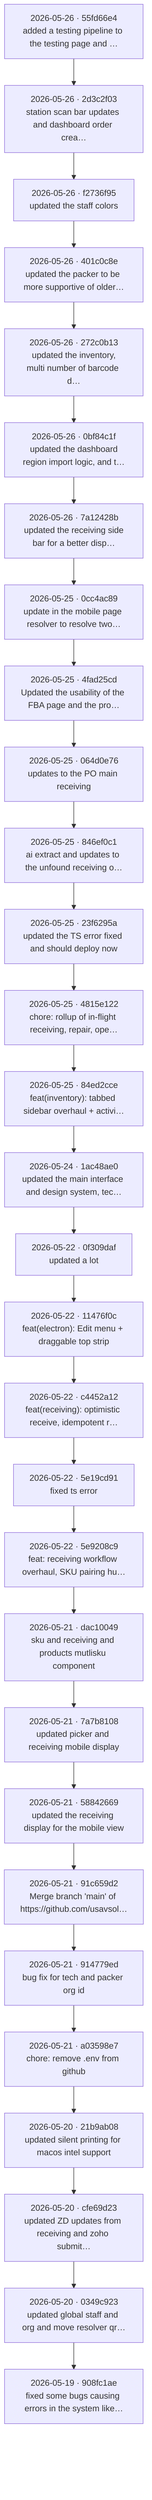
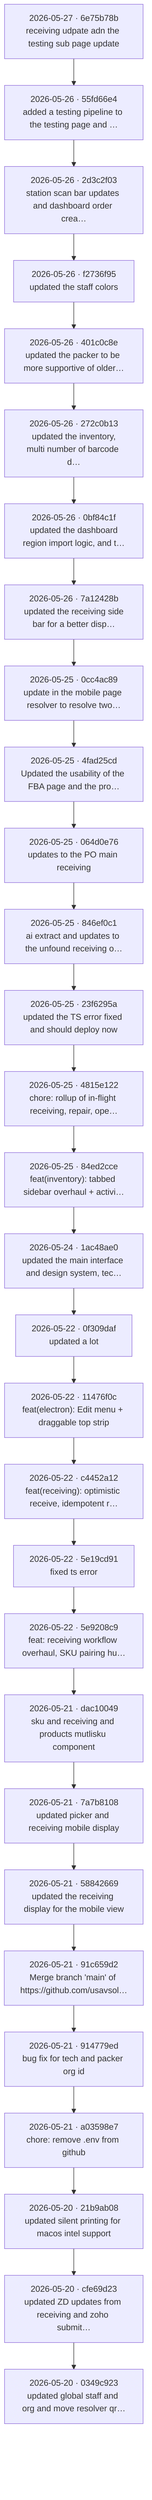
flowchart TB
-   c0["2026-05-26 · 55fd66e4<br/>added a testing pipeline to the testing page and …"]
-   c1["2026-05-26 · 2d3c2f03<br/>station scan bar updates and dashboard order crea…"]
+   c0["2026-05-27 · 6e75b78b<br/>receiving udpate adn the testing sub page update"]
+   c1["2026-05-26 · 55fd66e4<br/>added a testing pipeline to the testing page and …"]
  c0 --> c1
-   c2["2026-05-26 · f2736f95<br/>updated the staff colors"]
+   c2["2026-05-26 · 2d3c2f03<br/>station scan bar updates and dashboard order crea…"]
  c1 --> c2
-   c3["2026-05-26 · 401c0c8e<br/>updated the packer to be more supportive of older…"]
+   c3["2026-05-26 · f2736f95<br/>updated the staff colors"]
  c2 --> c3
-   c4["2026-05-26 · 272c0b13<br/> updated the inventory, multi number of barcode d…"]
+   c4["2026-05-26 · 401c0c8e<br/>updated the packer to be more supportive of older…"]
  c3 --> c4
-   c5["2026-05-26 · 0bf84c1f<br/> updated the dashboard region import logic, and t…"]
+   c5["2026-05-26 · 272c0b13<br/> updated the inventory, multi number of barcode d…"]
  c4 --> c5
-   c6["2026-05-26 · 7a12428b<br/> updated the receiving side bar for a better disp…"]
+   c6["2026-05-26 · 0bf84c1f<br/> updated the dashboard region import logic, and t…"]
  c5 --> c6
-   c7["2026-05-25 · 0cc4ac89<br/>update in the mobile page resolver to resolve two…"]
+   c7["2026-05-26 · 7a12428b<br/> updated the receiving side bar for a better disp…"]
  c6 --> c7
-   c8["2026-05-25 · 4fad25cd<br/>Updated the usability of the FBA page and the pro…"]
+   c8["2026-05-25 · 0cc4ac89<br/>update in the mobile page resolver to resolve two…"]
  c7 --> c8
-   c9["2026-05-25 · 064d0e76<br/>updates to the PO main receiving"]
+   c9["2026-05-25 · 4fad25cd<br/>Updated the usability of the FBA page and the pro…"]
  c8 --> c9
-   c10["2026-05-25 · 846ef0c1<br/>ai extract and updates to the unfound receiving o…"]
+   c10["2026-05-25 · 064d0e76<br/>updates to the PO main receiving"]
  c9 --> c10
-   c11["2026-05-25 · 23f6295a<br/>updated the TS error fixed and should deploy now"]
+   c11["2026-05-25 · 846ef0c1<br/>ai extract and updates to the unfound receiving o…"]
  c10 --> c11
-   c12["2026-05-25 · 4815e122<br/>chore: rollup of in-flight receiving, repair, ope…"]
+   c12["2026-05-25 · 23f6295a<br/>updated the TS error fixed and should deploy now"]
  c11 --> c12
-   c13["2026-05-25 · 84ed2cce<br/>feat(inventory): tabbed sidebar overhaul + activi…"]
+   c13["2026-05-25 · 4815e122<br/>chore: rollup of in-flight receiving, repair, ope…"]
  c12 --> c13
-   c14["2026-05-24 · 1ac48ae0<br/>updated the main interface and design system, tec…"]
+   c14["2026-05-25 · 84ed2cce<br/>feat(inventory): tabbed sidebar overhaul + activi…"]
  c13 --> c14
-   c15["2026-05-22 · 0f309daf<br/>updated a lot"]
+   c15["2026-05-24 · 1ac48ae0<br/>updated the main interface and design system, tec…"]
  c14 --> c15
-   c16["2026-05-22 · 11476f0c<br/>feat(electron): Edit menu + draggable top strip"]
+   c16["2026-05-22 · 0f309daf<br/>updated a lot"]
  c15 --> c16
-   c17["2026-05-22 · c4452a12<br/>feat(receiving): optimistic receive, idempotent r…"]
+   c17["2026-05-22 · 11476f0c<br/>feat(electron): Edit menu + draggable top strip"]
  c16 --> c17
-   c18["2026-05-22 · 5e19cd91<br/>fixed ts error"]
+   c18["2026-05-22 · c4452a12<br/>feat(receiving): optimistic receive, idempotent r…"]
  c17 --> c18
-   c19["2026-05-22 · 5e9208c9<br/>feat: receiving workflow overhaul, SKU pairing hu…"]
+   c19["2026-05-22 · 5e19cd91<br/>fixed ts error"]
  c18 --> c19
-   c20["2026-05-21 · dac10049<br/>sku and receiving and products mutlisku component"]
+   c20["2026-05-22 · 5e9208c9<br/>feat: receiving workflow overhaul, SKU pairing hu…"]
  c19 --> c20
-   c21["2026-05-21 · 7a7b8108<br/>updated picker and receiving mobile display"]
+   c21["2026-05-21 · dac10049<br/>sku and receiving and products mutlisku component"]
  c20 --> c21
-   c22["2026-05-21 · 58842669<br/>updated the receiving display for the mobile view"]
+   c22["2026-05-21 · 7a7b8108<br/>updated picker and receiving mobile display"]
  c21 --> c22
-   c23["2026-05-21 · 91c659d2<br/>Merge branch 'main' of https://github.com/usavsol…"]
+   c23["2026-05-21 · 58842669<br/>updated the receiving display for the mobile view"]
  c22 --> c23
-   c24["2026-05-21 · 914779ed<br/>bug fix for tech and packer org id"]
+   c24["2026-05-21 · 91c659d2<br/>Merge branch 'main' of https://github.com/usavsol…"]
  c23 --> c24
-   c25["2026-05-21 · a03598e7<br/>chore: remove .env from github"]
+   c25["2026-05-21 · 914779ed<br/>bug fix for tech and packer org id"]
  c24 --> c25
-   c26["2026-05-20 · 21b9ab08<br/>updated silent printing for macos intel support"]
+   c26["2026-05-21 · a03598e7<br/>chore: remove .env from github"]
  c25 --> c26
-   c27["2026-05-20 · cfe69d23<br/>updated ZD updates from receiving and zoho submit…"]
+   c27["2026-05-20 · 21b9ab08<br/>updated silent printing for macos intel support"]
  c26 --> c27
-   c28["2026-05-20 · 0349c923<br/>updated global staff and org and move resolver qr…"]
+   c28["2026-05-20 · cfe69d23<br/>updated ZD updates from receiving and zoho submit…"]
  c27 --> c28
-   c29["2026-05-19 · 908fc1ae<br/>fixed some bugs causing errors in the system like…"]
+   c29["2026-05-20 · 0349c923<br/>updated global staff and org and move resolver qr…"]
  c28 --> c29